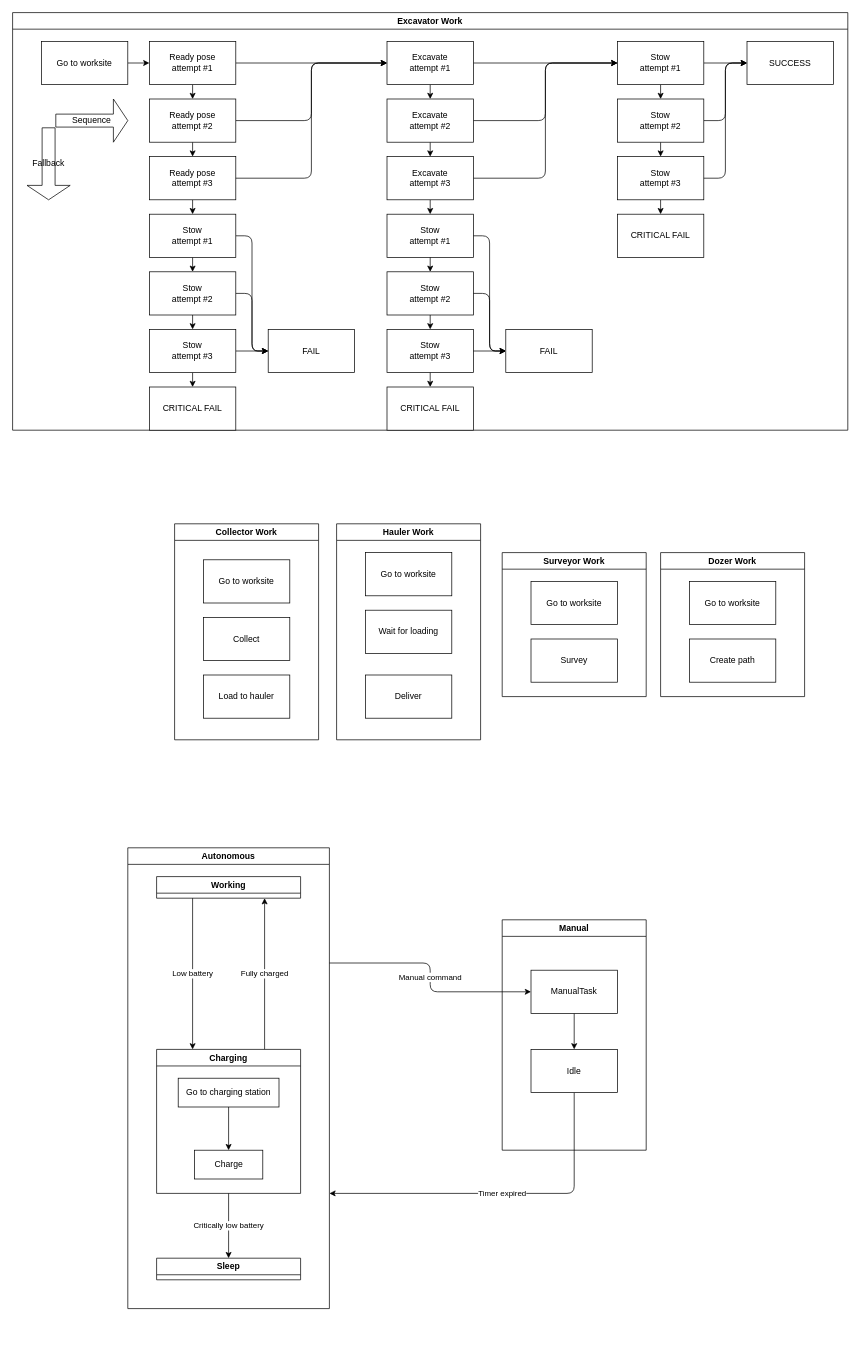
Above: ros2_ws/hfsmbth.drawio in rcywongaa/spacemining-sim (draw.io), before the change. Source tidied: cells renumbered, new cells numbered last; positions are measured from the earlier drawing's top-left corner, leaving out a move shared by most shapes. Both pictures are drawn from the tidied source at 72%, with x=0, y=0 at pixel (12, 12).
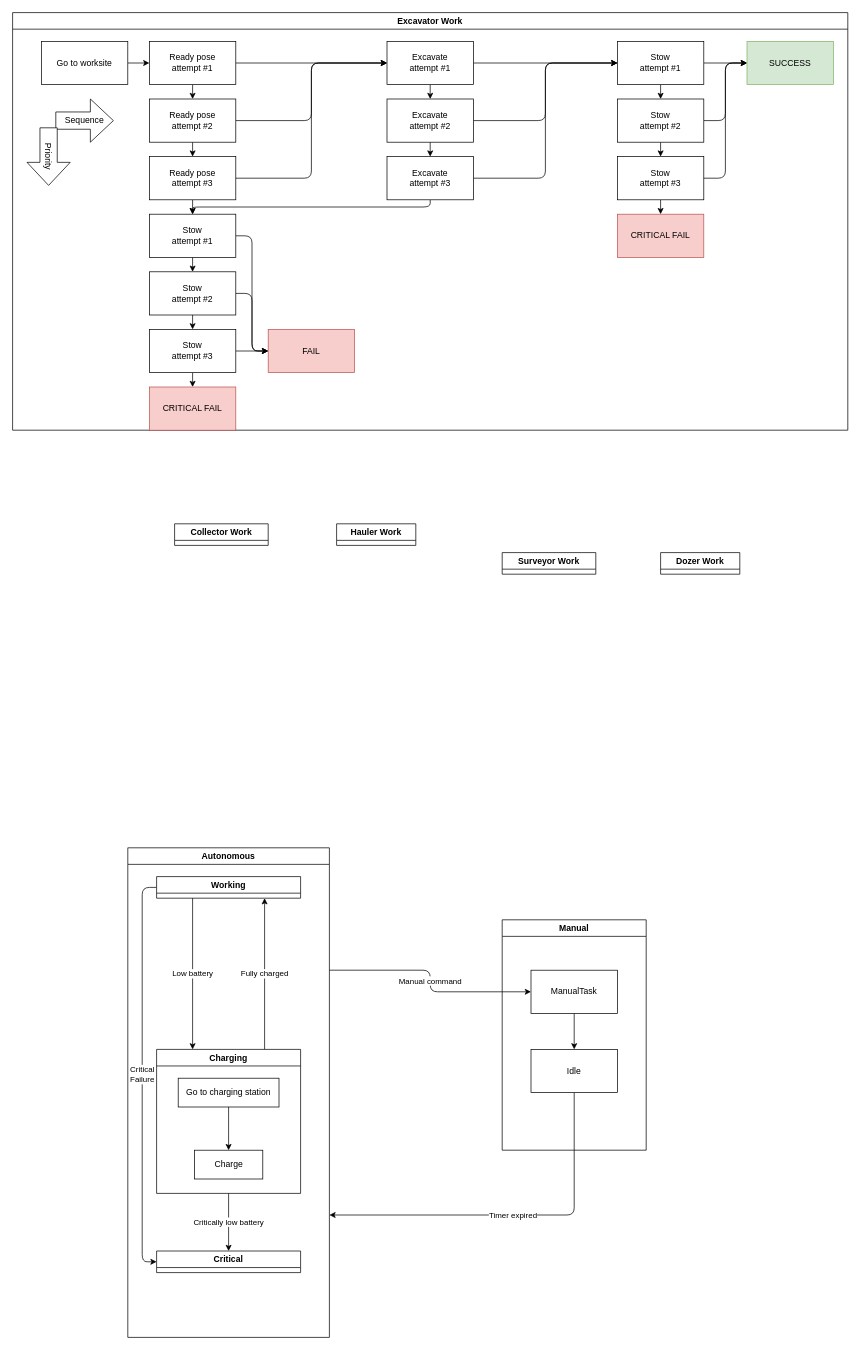
The same page after the edit.

Commit message (it also covers changes not shown here):
docs : Update README, hfsmbth diagram

The change refers to these unchanged cells:
```xml
<mxCell id="11" value="Working" style="swimlane;whiteSpace=wrap;html=1;" parent="3" vertex="1" collapsed="1">
  <mxGeometry x="40" y="40" width="200" height="30" as="geometry" />
</mxCell>
<mxCell id="17" value="Idle" style="rounded=0;whiteSpace=wrap;html=1;" parent="14" vertex="1">
  <mxGeometry x="40" y="180" width="120" height="60" as="geometry" />
</mxCell>
<mxCell id="18" value="Excavator Work" style="swimlane;whiteSpace=wrap;html=1;" parent="1" vertex="1">
  <mxGeometry width="1160" height="580" as="geometry" />
</mxCell>
<mxCell id="40" value="Excavate&lt;br&gt;attempt #3" style="rounded=0;whiteSpace=wrap;html=1;" parent="18" vertex="1">
  <mxGeometry x="520" y="200" width="120" height="60" as="geometry" />
</mxCell>
<mxCell id="50" value="Stow&lt;br&gt;attempt #1" style="rounded=0;whiteSpace=wrap;html=1;" parent="18" vertex="1">
  <mxGeometry x="190" y="280" width="120" height="60" as="geometry" />
</mxCell>
```

The edit, as a diff of the source:
```diff
@@
     <mxCell id="3" value="Autonomous" style="swimlane;whiteSpace=wrap;html=1;" parent="1" vertex="1">
-      <mxGeometry x="160" y="1160" width="280" height="640" as="geometry" />
+      <mxGeometry x="160" y="1160" width="280" height="680" as="geometry" />
     </mxCell>
@@
+    <mxCell id="88" value="Critical&lt;br&gt;Failure" style="edgeStyle=orthogonalEdgeStyle;html=1;exitX=0;exitY=0.5;exitDx=0;exitDy=0;entryX=0;entryY=0.5;entryDx=0;entryDy=0;" parent="3" edge="1" source="11" target="12">
+      <mxGeometry relative="1" as="geometry">
+        <Array as="points">
+          <mxPoint x="20" y="55" />
+          <mxPoint x="20" y="575" />
+        </Array>
+      </mxGeometry>
+    </mxCell>
@@
-    <mxCell id="12" value="Sleep" style="swimlane;whiteSpace=wrap;html=1;" parent="3" vertex="1" collapsed="1">
-      <mxGeometry x="40" y="570" width="200" height="30" as="geometry" />
+    <mxCell id="12" value="Critical" style="swimlane;whiteSpace=wrap;html=1;" parent="3" vertex="1" collapsed="1">
+      <mxGeometry x="40" y="560" width="200" height="30" as="geometry" />
     </mxCell>
     <mxCell id="13" value="Timer expired" style="edgeStyle=orthogonalEdgeStyle;html=1;exitX=0.5;exitY=1;exitDx=0;exitDy=0;entryX=1;entryY=0.75;entryDx=0;entryDy=0;" parent="1" edge="1" source="17" target="3">
-      <mxGeometry relative="1" as="geometry">
-        <Array as="points">
-          <mxPoint x="780" y="1640" />
-        </Array>
-      </mxGeometry>
+      <mxGeometry relative="1" as="geometry" />
     </mxCell>
@@
-    <mxCell id="38" style="edgeStyle=orthogonalEdgeStyle;html=1;exitX=0.5;exitY=1;exitDx=0;exitDy=0;entryX=0.5;entryY=0;entryDx=0;entryDy=0;" parent="18" edge="1" source="40" target="59">
+    <mxCell id="38" style="edgeStyle=orthogonalEdgeStyle;html=1;exitX=0.5;exitY=1;exitDx=0;exitDy=0;" parent="18" edge="1" source="40" target="50">
       <mxGeometry relative="1" as="geometry" />
     </mxCell>
@@
-    <mxCell id="46" value="CRITICAL FAIL" style="rounded=0;whiteSpace=wrap;html=1;" parent="18" vertex="1">
+    <mxCell id="46" value="CRITICAL FAIL" style="rounded=0;whiteSpace=wrap;html=1;fillColor=#f8cecc;strokeColor=#b85450;" parent="18" vertex="1">
       <mxGeometry x="840" y="280" width="120" height="60" as="geometry" />
     </mxCell>
-    <mxCell id="47" value="SUCCESS" style="rounded=0;whiteSpace=wrap;html=1;" parent="18" vertex="1">
+    <mxCell id="47" value="SUCCESS" style="rounded=0;whiteSpace=wrap;html=1;fillColor=#d5e8d4;strokeColor=#82b366;" parent="18" vertex="1">
       <mxGeometry x="1020" y="40" width="120" height="60" as="geometry" />
     </mxCell>
@@
-    <mxCell id="57" value="CRITICAL FAIL" style="rounded=0;whiteSpace=wrap;html=1;" parent="18" vertex="1">
+    <mxCell id="57" value="CRITICAL FAIL" style="rounded=0;whiteSpace=wrap;html=1;fillColor=#f8cecc;strokeColor=#b85450;" parent="18" vertex="1">
       <mxGeometry x="190" y="520" width="120" height="60" as="geometry" />
     </mxCell>
-    <mxCell id="58" value="FAIL" style="rounded=0;whiteSpace=wrap;html=1;" parent="18" vertex="1">
+    <mxCell id="58" value="FAIL" style="rounded=0;whiteSpace=wrap;html=1;fillColor=#f8cecc;strokeColor=#b85450;" parent="18" vertex="1">
       <mxGeometry x="355" y="440" width="120" height="60" as="geometry" />
     </mxCell>
-    <mxCell id="59" value="Stow&lt;br&gt;attempt #1" style="rounded=0;whiteSpace=wrap;html=1;" parent="18" vertex="1">
-      <mxGeometry x="520" y="280" width="120" height="60" as="geometry" />
-    </mxCell>
-    <mxCell id="60" value="Stow&lt;br&gt;attempt #2" style="rounded=0;whiteSpace=wrap;html=1;" parent="18" vertex="1">
-      <mxGeometry x="520" y="360" width="120" height="60" as="geometry" />
-    </mxCell>
-    <mxCell id="61" style="edgeStyle=orthogonalEdgeStyle;html=1;exitX=0.5;exitY=1;exitDx=0;exitDy=0;entryX=0.5;entryY=0;entryDx=0;entryDy=0;" parent="18" edge="1" source="59" target="60">
-      <mxGeometry relative="1" as="geometry" />
+    <mxCell id="61" style="edgeStyle=orthogonalEdgeStyle;html=1;exitX=0.5;exitY=1;exitDx=0;exitDy=0;entryX=0.5;entryY=0;entryDx=0;entryDy=0;" parent="18" edge="1">
+      <mxGeometry relative="1" as="geometry">
+        <mxPoint x="580" y="340" as="sourcePoint" />
+      </mxGeometry>
     </mxCell>
-    <mxCell id="62" value="Stow&lt;br&gt;attempt #3" style="rounded=0;whiteSpace=wrap;html=1;" parent="18" vertex="1">
-      <mxGeometry x="520" y="440" width="120" height="60" as="geometry" />
-    </mxCell>
-    <mxCell id="63" style="edgeStyle=orthogonalEdgeStyle;html=1;exitX=0.5;exitY=1;exitDx=0;exitDy=0;entryX=0.5;entryY=0;entryDx=0;entryDy=0;" parent="18" edge="1" source="60" target="62">
-      <mxGeometry relative="1" as="geometry" />
+    <mxCell id="63" style="edgeStyle=orthogonalEdgeStyle;html=1;exitX=0.5;exitY=1;exitDx=0;exitDy=0;entryX=0.5;entryY=0;entryDx=0;entryDy=0;" parent="18" edge="1">
+      <mxGeometry relative="1" as="geometry">
+        <mxPoint x="580" y="420" as="sourcePoint" />
+      </mxGeometry>
     </mxCell>
-    <mxCell id="64" value="CRITICAL FAIL" style="rounded=0;whiteSpace=wrap;html=1;" parent="18" vertex="1">
-      <mxGeometry x="520" y="520" width="120" height="60" as="geometry" />
-    </mxCell>
-    <mxCell id="65" style="edgeStyle=orthogonalEdgeStyle;html=1;exitX=0.5;exitY=1;exitDx=0;exitDy=0;entryX=0.5;entryY=0;entryDx=0;entryDy=0;" parent="18" edge="1" source="62" target="64">
-      <mxGeometry relative="1" as="geometry" />
+    <mxCell id="65" style="edgeStyle=orthogonalEdgeStyle;html=1;exitX=0.5;exitY=1;exitDx=0;exitDy=0;entryX=0.5;entryY=0;entryDx=0;entryDy=0;" parent="18" edge="1">
+      <mxGeometry relative="1" as="geometry">
+        <mxPoint x="580" y="500" as="sourcePoint" />
+      </mxGeometry>
     </mxCell>
-    <mxCell id="66" value="FAIL" style="rounded=0;whiteSpace=wrap;html=1;" parent="18" vertex="1">
-      <mxGeometry x="685" y="440" width="120" height="60" as="geometry" />
-    </mxCell>
-    <mxCell id="67" style="edgeStyle=orthogonalEdgeStyle;html=1;exitX=1;exitY=0.5;exitDx=0;exitDy=0;entryX=0;entryY=0.5;entryDx=0;entryDy=0;" parent="18" edge="1" source="59" target="66">
-      <mxGeometry relative="1" as="geometry" />
+    <mxCell id="67" style="edgeStyle=orthogonalEdgeStyle;html=1;exitX=1;exitY=0.5;exitDx=0;exitDy=0;entryX=0;entryY=0.5;entryDx=0;entryDy=0;" parent="18" edge="1">
+      <mxGeometry relative="1" as="geometry">
+        <mxPoint x="640" y="310" as="sourcePoint" />
+      </mxGeometry>
     </mxCell>
-    <mxCell id="68" style="edgeStyle=orthogonalEdgeStyle;html=1;exitX=1;exitY=0.5;exitDx=0;exitDy=0;entryX=0;entryY=0.5;entryDx=0;entryDy=0;" parent="18" edge="1" source="60" target="66">
-      <mxGeometry relative="1" as="geometry" />
+    <mxCell id="68" style="edgeStyle=orthogonalEdgeStyle;html=1;exitX=1;exitY=0.5;exitDx=0;exitDy=0;entryX=0;entryY=0.5;entryDx=0;entryDy=0;" parent="18" edge="1">
+      <mxGeometry relative="1" as="geometry">
+        <mxPoint x="640" y="390" as="sourcePoint" />
+      </mxGeometry>
     </mxCell>
-    <mxCell id="69" style="edgeStyle=orthogonalEdgeStyle;html=1;exitX=1;exitY=0.5;exitDx=0;exitDy=0;entryX=0;entryY=0.5;entryDx=0;entryDy=0;" parent="18" edge="1" source="62" target="66">
-      <mxGeometry relative="1" as="geometry" />
+    <mxCell id="69" style="edgeStyle=orthogonalEdgeStyle;html=1;exitX=1;exitY=0.5;exitDx=0;exitDy=0;entryX=0;entryY=0.5;entryDx=0;entryDy=0;" parent="18" edge="1">
+      <mxGeometry relative="1" as="geometry">
+        <mxPoint x="640" y="470" as="sourcePoint" />
+      </mxGeometry>
     </mxCell>
@@
-    <mxCell id="72" value="Sequence" style="shape=singleArrow;whiteSpace=wrap;html=1;" parent="18" vertex="1">
-      <mxGeometry x="60" y="120" width="100" height="60" as="geometry" />
+    <mxCell id="72" value="Sequence" style="shape=singleArrow;whiteSpace=wrap;html=1;arrowWidth=0.4;arrowSize=0.4;" parent="18" vertex="1">
+      <mxGeometry x="60" y="120" width="80" height="60" as="geometry" />
     </mxCell>
-    <mxCell id="73" value="Fallback" style="shape=singleArrow;direction=south;whiteSpace=wrap;html=1;" parent="18" vertex="1">
-      <mxGeometry x="20" y="160" width="60" height="100" as="geometry" />
-    </mxCell>
+    <mxCell id="89" value="Priority" style="shape=singleArrow;whiteSpace=wrap;html=1;arrowWidth=0.4;arrowSize=0.4;rotation=90;" parent="18" vertex="1">
+      <mxGeometry x="10" y="170" width="80" height="60" as="geometry" />
+    </mxCell>
-    <mxCell id="74" value="Collector Work" style="swimlane;whiteSpace=wrap;html=1;" parent="1" vertex="1">
-      <mxGeometry x="225" y="710" width="200" height="300" as="geometry" />
+    <mxCell id="74" value="Collector Work" style="swimlane;whiteSpace=wrap;html=1;" parent="1" vertex="1" collapsed="1">
+      <mxGeometry x="225" y="710" width="130" height="30" as="geometry" />
     </mxCell>
-    <mxCell id="75" value="Go to worksite" style="rounded=0;whiteSpace=wrap;html=1;" parent="74" vertex="1">
-      <mxGeometry x="40" y="50" width="120" height="60" as="geometry" />
-    </mxCell>
-    <mxCell id="76" value="Collect" style="rounded=0;whiteSpace=wrap;html=1;" parent="74" vertex="1">
-      <mxGeometry x="40" y="130" width="120" height="60" as="geometry" />
-    </mxCell>
-    <mxCell id="77" value="Load to hauler" style="rounded=0;whiteSpace=wrap;html=1;" parent="74" vertex="1">
-      <mxGeometry x="40" y="210" width="120" height="60" as="geometry" />
-    </mxCell>
-    <mxCell id="78" value="Hauler Work" style="swimlane;whiteSpace=wrap;html=1;" parent="1" vertex="1">
-      <mxGeometry x="450" y="710" width="200" height="300" as="geometry" />
+    <mxCell id="78" value="Hauler Work" style="swimlane;whiteSpace=wrap;html=1;" parent="1" vertex="1" collapsed="1">
+      <mxGeometry x="450" y="710" width="110" height="30" as="geometry" />
     </mxCell>
-    <mxCell id="79" value="Go to worksite" style="rounded=0;whiteSpace=wrap;html=1;" parent="78" vertex="1">
-      <mxGeometry x="40" y="40" width="120" height="60" as="geometry" />
-    </mxCell>
-    <mxCell id="80" value="Wait for loading" style="rounded=0;whiteSpace=wrap;html=1;" parent="78" vertex="1">
-      <mxGeometry x="40" y="120" width="120" height="60" as="geometry" />
-    </mxCell>
-    <mxCell id="81" value="Deliver" style="rounded=0;whiteSpace=wrap;html=1;" parent="78" vertex="1">
-      <mxGeometry x="40" y="210" width="120" height="60" as="geometry" />
-    </mxCell>
-    <mxCell id="82" value="Surveyor Work" style="swimlane;whiteSpace=wrap;html=1;" parent="1" vertex="1">
-      <mxGeometry x="680" y="750" width="200" height="200" as="geometry" />
+    <mxCell id="82" value="Surveyor Work" style="swimlane;whiteSpace=wrap;html=1;" parent="1" vertex="1" collapsed="1">
+      <mxGeometry x="680" y="750" width="130" height="30" as="geometry" />
     </mxCell>
-    <mxCell id="83" value="Go to worksite" style="rounded=0;whiteSpace=wrap;html=1;" parent="82" vertex="1">
-      <mxGeometry x="40" y="40" width="120" height="60" as="geometry" />
-    </mxCell>
-    <mxCell id="84" value="Survey" style="rounded=0;whiteSpace=wrap;html=1;" parent="82" vertex="1">
-      <mxGeometry x="40" y="120" width="120" height="60" as="geometry" />
-    </mxCell>
-    <mxCell id="85" value="Dozer Work" style="swimlane;whiteSpace=wrap;html=1;" parent="1" vertex="1">
-      <mxGeometry x="900" y="750" width="200" height="200" as="geometry" />
+    <mxCell id="85" value="Dozer Work" style="swimlane;whiteSpace=wrap;html=1;" parent="1" vertex="1" collapsed="1">
+      <mxGeometry x="900" y="750" width="110" height="30" as="geometry" />
     </mxCell>
-    <mxCell id="86" value="Go to worksite" style="rounded=0;whiteSpace=wrap;html=1;" parent="85" vertex="1">
-      <mxGeometry x="40" y="40" width="120" height="60" as="geometry" />
-    </mxCell>
-    <mxCell id="87" value="Create path" style="rounded=0;whiteSpace=wrap;html=1;" parent="85" vertex="1">
-      <mxGeometry x="40" y="120" width="120" height="60" as="geometry" />
-    </mxCell>
```
